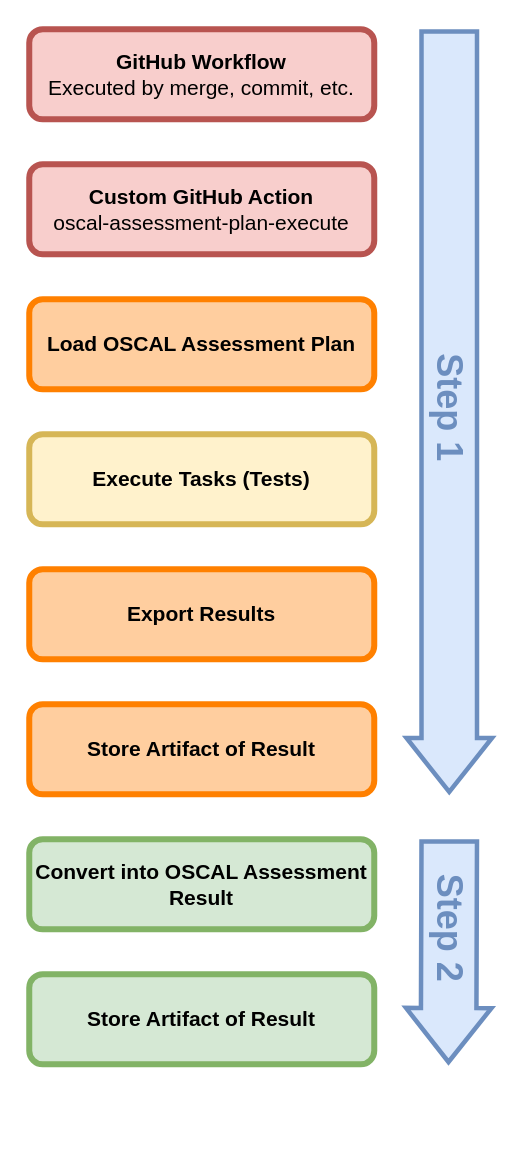
The draw.io diagram page "Concept" (1 of 4) of diagrams/Assessment Dataflow.drawio in Compton-US/oscal-workflow, before the edit. Source tidied: cells renumbered, new cells numbered last; positions are measured from the earlier drawing's top-left corner, leaving out a move shared by most shapes. Both pictures are drawn from the tidied source at 150%, with x=0, y=0 at pixel (28, 28).
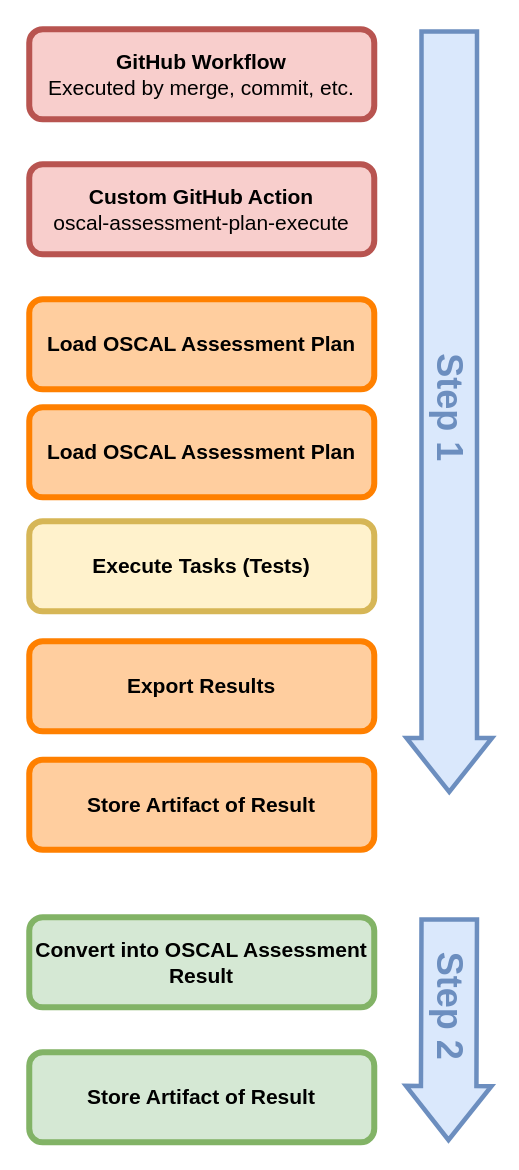
The same diagram, later.

Commit message:
Recommend add xref/loading SSP to workflow?

What changed in the source:
```diff
@@
 <mxGraphModel>
   <root>
     <mxCell id="0" />
     <mxCell id="1" parent="0" />
     <mxCell id="2" value="&lt;b style=&quot;font-size: 14px;&quot;&gt;&lt;font style=&quot;font-size: 14px;&quot;&gt;GitHub Workflow&lt;/font&gt;&lt;/b&gt;&lt;br style=&quot;font-size: 14px;&quot;&gt;Executed by merge, commit, etc." style="rounded=1;whiteSpace=wrap;html=1;fillColor=#f8cecc;strokeColor=#b85450;strokeWidth=4;fontSize=14;" parent="1" vertex="1">
       <mxGeometry width="230" height="60" as="geometry" />
     </mxCell>
     <mxCell id="3" value="&lt;b style=&quot;font-size: 14px;&quot;&gt;&lt;font style=&quot;font-size: 14px;&quot;&gt;Custom GitHub Action&lt;/font&gt;&lt;/b&gt;&lt;br style=&quot;font-size: 14px;&quot;&gt;oscal-assessment-plan-execute" style="rounded=1;whiteSpace=wrap;html=1;fillColor=#f8cecc;strokeColor=#b85450;strokeWidth=4;fontSize=14;" parent="1" vertex="1">
       <mxGeometry y="90" width="230" height="60" as="geometry" />
     </mxCell>
     <mxCell id="4" value="&lt;span style=&quot;font-size: 14px;&quot;&gt;&lt;b style=&quot;font-size: 14px;&quot;&gt;Load OSCAL Assessment Plan&lt;/b&gt;&lt;/span&gt;" style="rounded=1;whiteSpace=wrap;html=1;fillColor=#FFCE9F;strokeColor=#FF8000;strokeWidth=4;fontSize=14;" parent="1" vertex="1">
       <mxGeometry y="180" width="230" height="60" as="geometry" />
     </mxCell>
     <mxCell id="5" value="&lt;span style=&quot;font-size: 14px;&quot;&gt;&lt;b style=&quot;font-size: 14px;&quot;&gt;Execute Tasks (Tests)&lt;/b&gt;&lt;/span&gt;" style="rounded=1;whiteSpace=wrap;html=1;fillColor=#fff2cc;strokeColor=#d6b656;strokeWidth=4;fontSize=14;" parent="1" vertex="1">
-      <mxGeometry y="270" width="230" height="60" as="geometry" />
+      <mxGeometry y="328" width="230" height="60" as="geometry" />
     </mxCell>
     <mxCell id="6" value="&lt;span style=&quot;font-size: 14px;&quot;&gt;&lt;b style=&quot;font-size: 14px;&quot;&gt;Export Results&lt;/b&gt;&lt;/span&gt;" style="rounded=1;whiteSpace=wrap;html=1;fillColor=#FFCE9F;strokeColor=#FF8000;strokeWidth=4;fontSize=14;" parent="1" vertex="1">
-      <mxGeometry y="360" width="230" height="60" as="geometry" />
+      <mxGeometry y="408" width="230" height="60" as="geometry" />
     </mxCell>
     <mxCell id="7" value="&lt;span style=&quot;font-size: 14px;&quot;&gt;&lt;b style=&quot;font-size: 14px;&quot;&gt;Store Artifact of Result&lt;/b&gt;&lt;/span&gt;" style="rounded=1;whiteSpace=wrap;html=1;fillColor=#FFCE9F;strokeColor=#FF8000;strokeWidth=4;fontSize=14;" parent="1" vertex="1">
-      <mxGeometry y="450" width="230" height="60" as="geometry" />
+      <mxGeometry y="487" width="230" height="60" as="geometry" />
     </mxCell>
     <mxCell id="8" style="shape=flexArrow;endArrow=classic;html=1;rounded=0;fontSize=14;fillColor=#dae8fc;strokeColor=#6c8ebf;strokeWidth=3;endWidth=17;endSize=11;width=35;" parent="1" edge="1">
       <mxGeometry relative="1" as="geometry">
         <mxPoint x="280" as="sourcePoint" />
         <mxPoint x="280" y="510" as="targetPoint" />
       </mxGeometry>
     </mxCell>
     <mxCell id="9" value="&lt;span style=&quot;font-size: 14px;&quot;&gt;&lt;b style=&quot;font-size: 14px;&quot;&gt;Convert into OSCAL Assessment Result&lt;/b&gt;&lt;/span&gt;" style="rounded=1;whiteSpace=wrap;html=1;fillColor=#d5e8d4;strokeColor=#82b366;strokeWidth=4;fontSize=14;" parent="1" vertex="1">
-      <mxGeometry y="540" width="230" height="60" as="geometry" />
+      <mxGeometry y="592" width="230" height="60" as="geometry" />
     </mxCell>
     <mxCell id="10" value="&lt;span style=&quot;font-size: 14px;&quot;&gt;&lt;b style=&quot;font-size: 14px;&quot;&gt;Store Artifact of Result&lt;/b&gt;&lt;/span&gt;" style="rounded=1;whiteSpace=wrap;html=1;fillColor=#d5e8d4;strokeColor=#82b366;strokeWidth=4;fontSize=14;" parent="1" vertex="1">
-      <mxGeometry y="630" width="230" height="60" as="geometry" />
+      <mxGeometry y="682" width="230" height="60" as="geometry" />
     </mxCell>
     <mxCell id="11" style="shape=flexArrow;endArrow=classic;html=1;rounded=0;fontSize=14;fillColor=#dae8fc;strokeColor=#6c8ebf;strokeWidth=3;endWidth=17;endSize=11;width=35;" parent="1" edge="1">
       <mxGeometry relative="1" as="geometry">
-        <mxPoint x="280" y="540" as="sourcePoint" />
-        <mxPoint x="279.5" y="690" as="targetPoint" />
+        <mxPoint x="280" y="592" as="sourcePoint" />
+        <mxPoint x="279.5" y="742" as="targetPoint" />
       </mxGeometry>
     </mxCell>
     <mxCell id="12" value="Step 1" style="text;html=1;align=center;verticalAlign=middle;strokeColor=none;fillColor=none;fontSize=24;fontColor=#6C8EBF;rotation=90;fontStyle=1;" parent="1" vertex="1">
       <mxGeometry x="235" y="237" width="90" height="30" as="geometry" />
     </mxCell>
     <mxCell id="13" value="Step 2" style="text;html=1;align=center;verticalAlign=middle;strokeColor=none;fillColor=none;fontSize=24;fontColor=#6C8EBF;rotation=90;fontStyle=1;" parent="1" vertex="1">
-      <mxGeometry x="235" y="584" width="90" height="30" as="geometry" />
+      <mxGeometry x="235" y="636" width="90" height="30" as="geometry" />
     </mxCell>
+    <mxCell id="14" value="&lt;span style=&quot;font-size: 14px;&quot;&gt;&lt;b style=&quot;font-size: 14px;&quot;&gt;Load OSCAL Assessment Plan&lt;/b&gt;&lt;/span&gt;" style="rounded=1;whiteSpace=wrap;html=1;fillColor=#FFCE9F;strokeColor=#FF8000;strokeWidth=4;fontSize=14;" parent="1" vertex="1">
+      <mxGeometry y="252" width="230" height="60" as="geometry" />
+    </mxCell>
   </root>
 </mxGraphModel>
```
